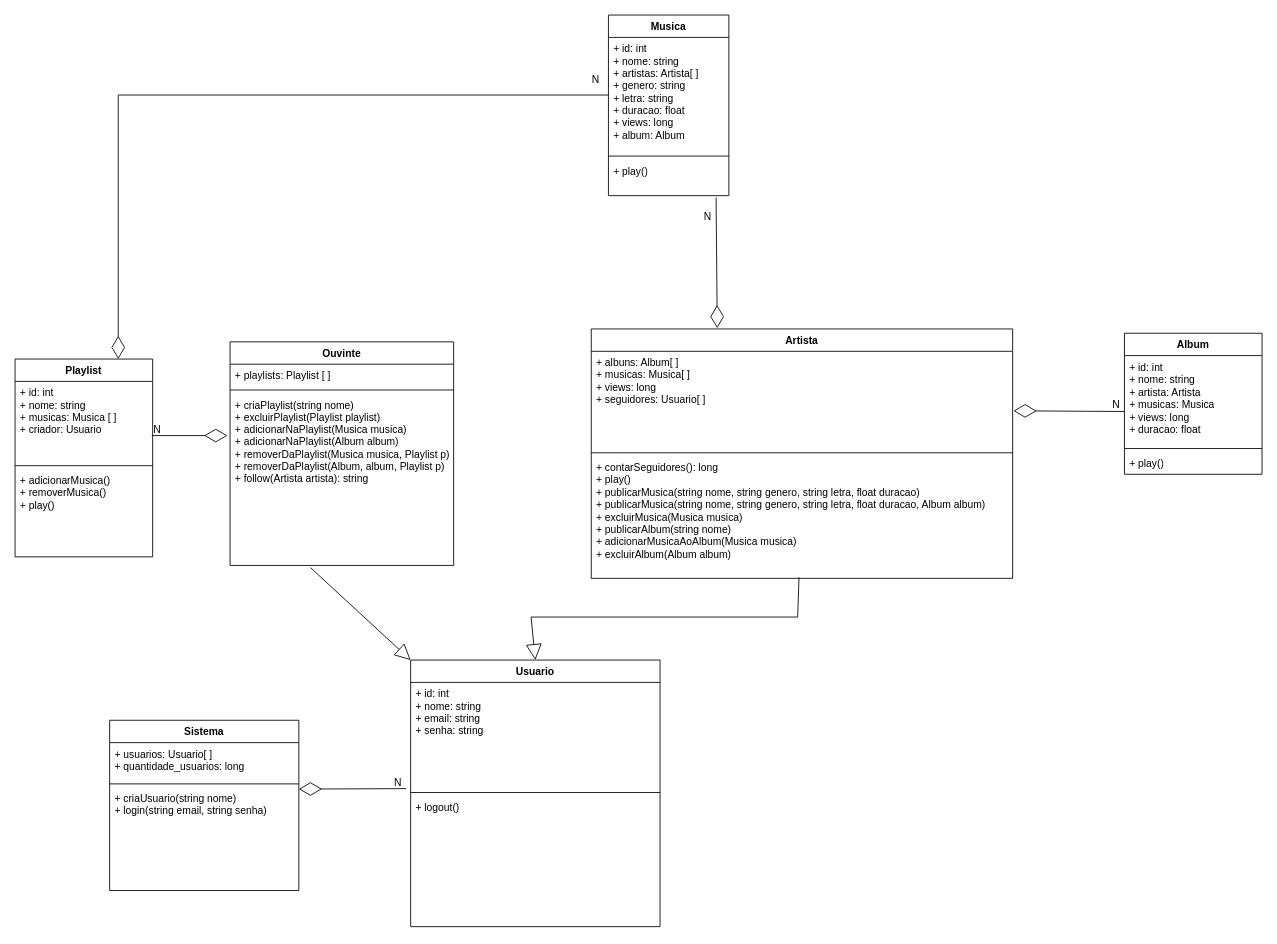
The draw.io diagram TP-PDS2.drawio in bbiancalopess/TP2_biblioteca_de_musica, before the edit. Source tidied: cells renumbered, new cells numbered last; positions are measured from the earlier drawing's top-left corner, leaving out a move shared by most shapes. Both pictures are drawn from the tidied source at 86%, with x=0, y=0 at pixel (15, 15).
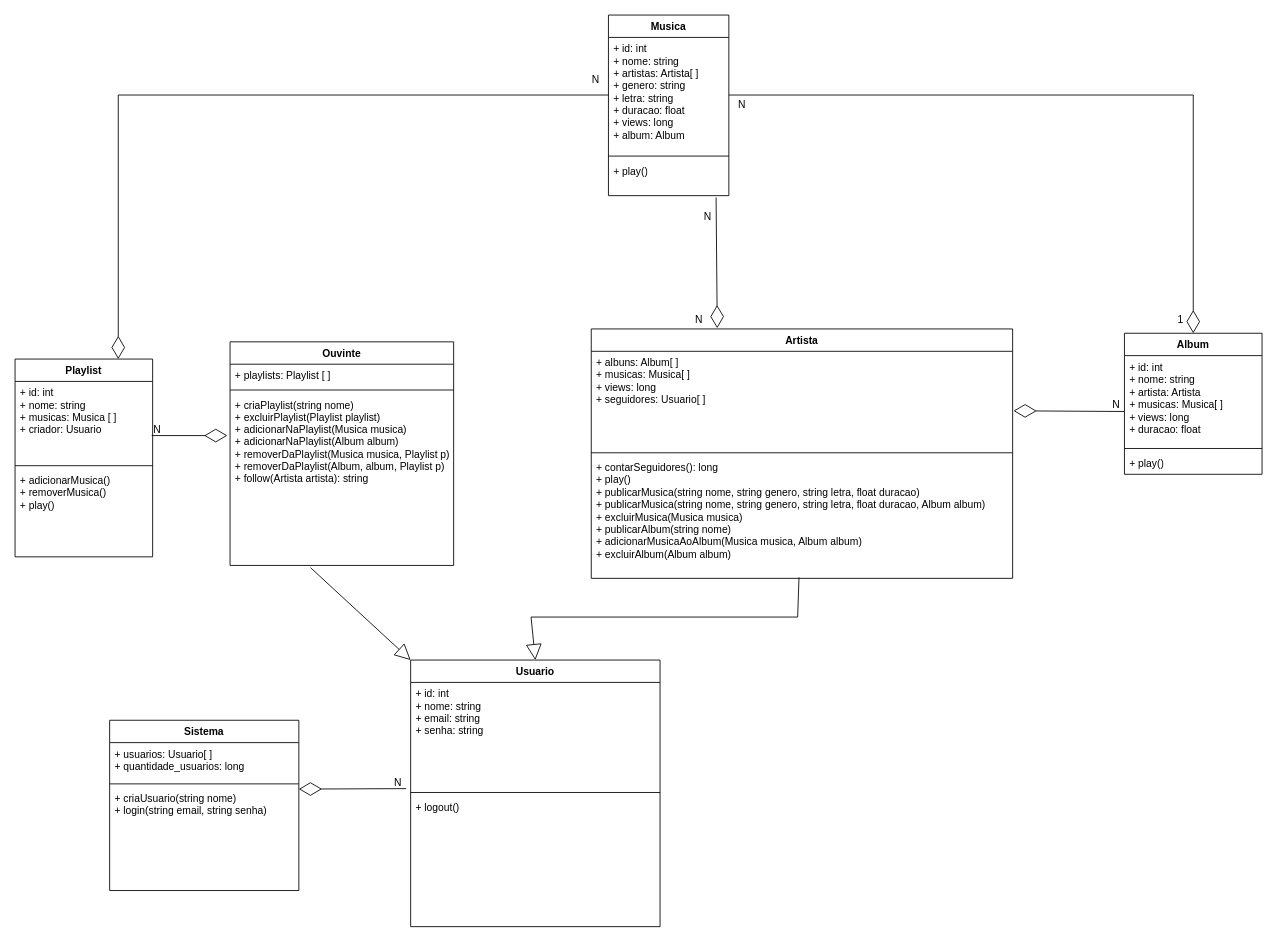
Above is the later version.

Unchanged cells that the change refers to:
```xml
<mxCell id="3" value="+ id: int&lt;br&gt;+ nome: string&lt;br&gt;+ artistas: Artista[ ]&lt;br&gt;+ genero: string&lt;br&gt;+ letra: string&lt;div&gt;+ duracao: float&lt;br&gt;+ views: long&lt;br&gt;+ album: Album&lt;/div&gt;" style="text;strokeColor=none;fillColor=none;align=left;verticalAlign=top;spacingLeft=4;spacingRight=4;overflow=hidden;points=[[0,0.5],[1,0.5]];portConstraint=eastwest;whiteSpace=wrap;html=1;" parent="2" vertex="1">
  <mxGeometry y="26" width="140" height="134" as="geometry" />
</mxCell>
<mxCell id="6" value="Artista" style="swimlane;fontStyle=1;align=center;verticalAlign=top;horizontal=1;startSize=26;whiteSpace=wrap;html=1;" parent="1" vertex="1">
  <mxGeometry x="670" y="365" width="490" height="290" as="geometry" />
</mxCell>
<mxCell id="18" value="Album" style="swimlane;fontStyle=1;align=center;verticalAlign=top;horizontal=1;startSize=26;whiteSpace=wrap;html=1;" parent="1" vertex="1">
  <mxGeometry x="1290" y="370" width="160" height="164" as="geometry" />
</mxCell>
```

What changed in the source:
```diff
@@
-    <mxCell id="9" value="+ contarSeguidores(): long&lt;br&gt;+ play()&lt;br&gt;+ publicarMusica(string nome, string genero, string letra, float duracao)&lt;div&gt;+ publicarMusica(string nome, string genero, string letra, float duracao, Album album)&lt;br&gt;+ excluirMusica(Musica musica)&lt;br&gt;+ publicarAlbum(string nome)&lt;br&gt;+ adicionarMusicaAoAlbum(Musica musica)&lt;br&gt;+ excluirAlbum(Album album)&lt;/div&gt;" style="text;strokeColor=none;fillColor=none;align=left;verticalAlign=top;spacingLeft=4;spacingRight=4;overflow=hidden;points=[[0,0.5],[1,0.5]];portConstraint=eastwest;whiteSpace=wrap;html=1;" parent="6" vertex="1">
+    <mxCell id="9" value="+ contarSeguidores(): long&lt;br&gt;+ play()&lt;br&gt;+ publicarMusica(string nome, string genero, string letra, float duracao)&lt;div&gt;+ publicarMusica(string nome, string genero, string letra, float duracao, Album album)&lt;br&gt;+ excluirMusica(Musica musica)&lt;br&gt;+ publicarAlbum(string nome)&lt;br&gt;+ adicionarMusicaAoAlbum(Musica musica, Album album)&lt;br&gt;+ excluirAlbum(Album album)&lt;/div&gt;" style="text;strokeColor=none;fillColor=none;align=left;verticalAlign=top;spacingLeft=4;spacingRight=4;overflow=hidden;points=[[0,0.5],[1,0.5]];portConstraint=eastwest;whiteSpace=wrap;html=1;" parent="6" vertex="1">
       <mxGeometry y="148" width="490" height="142" as="geometry" />
     </mxCell>
@@
-    <mxCell id="19" value="+ id: int&lt;br&gt;+ nome: string&lt;br&gt;+ artista: Artista&lt;br&gt;+ musicas: Musica&lt;br&gt;+ views: long&lt;br&gt;+ duracao: float" style="text;strokeColor=none;fillColor=none;align=left;verticalAlign=top;spacingLeft=4;spacingRight=4;overflow=hidden;points=[[0,0.5],[1,0.5]];portConstraint=eastwest;whiteSpace=wrap;html=1;" parent="18" vertex="1">
+    <mxCell id="19" value="+ id: int&lt;br&gt;+ nome: string&lt;br&gt;+ artista: Artista&lt;br&gt;+ musicas: Musica[ ]&lt;br&gt;+ views: long&lt;br&gt;+ duracao: float" style="text;strokeColor=none;fillColor=none;align=left;verticalAlign=top;spacingLeft=4;spacingRight=4;overflow=hidden;points=[[0,0.5],[1,0.5]];portConstraint=eastwest;whiteSpace=wrap;html=1;" parent="18" vertex="1">
       <mxGeometry y="26" width="160" height="104" as="geometry" />
     </mxCell>
@@
+    <mxCell id="42" value="N" style="text;html=1;align=center;verticalAlign=middle;strokeColor=none;fillColor=none;" parent="1" vertex="1">
+      <mxGeometry x="780" y="340" width="30" height="30" as="geometry" />
+    </mxCell>
+    <mxCell id="43" style="endArrow=diamondThin;endFill=0;endSize=24;html=1;rounded=0;exitX=1;exitY=0.5;exitDx=0;exitDy=0;entryX=0.5;entryY=0;entryDx=0;entryDy=0;" parent="1" edge="1" source="3" target="18">
+      <mxGeometry relative="1" as="geometry">
+        <Array as="points">
+          <mxPoint x="1370" y="93" />
+        </Array>
+      </mxGeometry>
+    </mxCell>
+    <mxCell id="44" value="N" style="text;html=1;align=center;verticalAlign=middle;strokeColor=none;fillColor=none;" parent="1" vertex="1">
+      <mxGeometry x="830" y="90" width="30" height="30" as="geometry" />
+    </mxCell>
+    <mxCell id="45" value="1" style="text;html=1;align=center;verticalAlign=middle;strokeColor=none;fillColor=none;" parent="1" vertex="1">
+      <mxGeometry x="1340" y="340" width="30" height="30" as="geometry" />
+    </mxCell>
```
